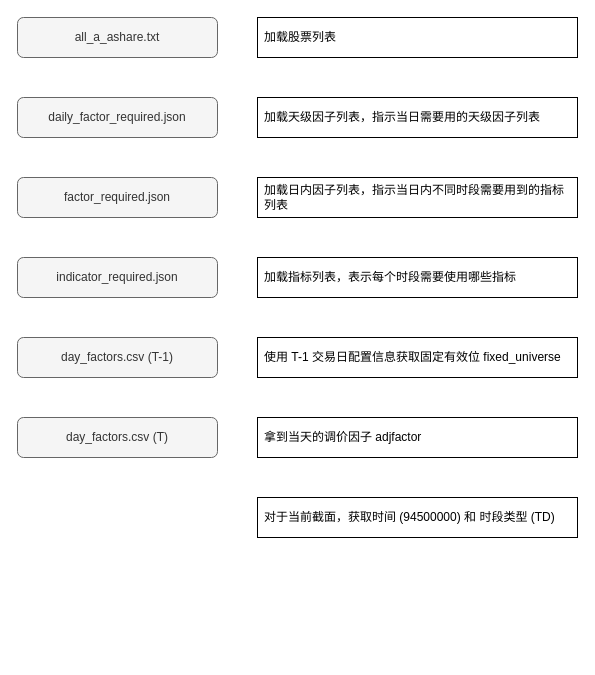
The draw.io diagram gaalaxy.drawio in zhaxd123/drawio, before the edit. Source tidied: cells renumbered, new cells numbered last; positions are measured from the earlier drawing's top-left corner, leaving out a move shared by most shapes. Both pictures are drawn from the tidied source at 100%, with x=0, y=0 at pixel (17, 17).
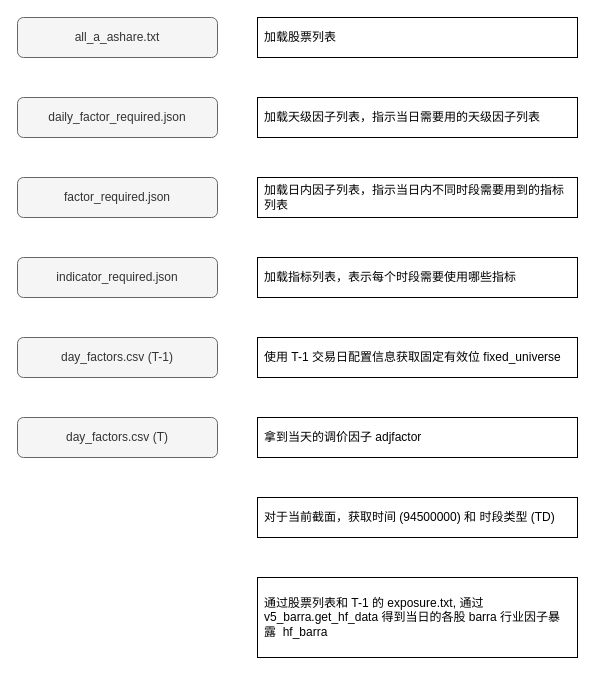
After the change.

What changed in the source:
```diff
@@
 <mxGraphModel>
   <root>
     <mxCell id="0" />
     <mxCell id="1" parent="0" />
     <mxCell id="2" value="加载股票列表" style="rounded=0;whiteSpace=wrap;html=1;align=left;spacingLeft=5;spacingRight=5;spacingTop=2;spacingBottom=2;" parent="1" vertex="1">
       <mxGeometry x="240" width="320" height="40" as="geometry" />
     </mxCell>
     <mxCell id="3" value="all_a_ashare.txt" style="rounded=1;whiteSpace=wrap;html=1;fillColor=#f5f5f5;strokeColor=#666666;fontColor=#333333;" parent="1" vertex="1">
       <mxGeometry width="200" height="40" as="geometry" />
     </mxCell>
     <mxCell id="4" value="加载天级因子列表，指示当日需要用的天级因子列表" style="rounded=0;whiteSpace=wrap;html=1;align=left;spacingLeft=5;spacingRight=5;spacingTop=2;spacingBottom=2;" parent="1" vertex="1">
       <mxGeometry x="240" y="80" width="320" height="40" as="geometry" />
     </mxCell>
     <mxCell id="5" value="daily_factor_required.json" style="rounded=1;whiteSpace=wrap;html=1;fillColor=#f5f5f5;strokeColor=#666666;fontColor=#333333;" parent="1" vertex="1">
       <mxGeometry y="80" width="200" height="40" as="geometry" />
     </mxCell>
     <mxCell id="6" value="加载日内因子列表，指示当日内不同时段需要用到的指标列表" style="rounded=0;whiteSpace=wrap;html=1;align=left;spacingLeft=5;spacingRight=5;spacingTop=2;spacingBottom=2;" parent="1" vertex="1">
       <mxGeometry x="240" y="160" width="320" height="40" as="geometry" />
     </mxCell>
     <mxCell id="7" value="factor_required.json" style="rounded=1;whiteSpace=wrap;html=1;fillColor=#f5f5f5;strokeColor=#666666;fontColor=#333333;" parent="1" vertex="1">
       <mxGeometry y="160" width="200" height="40" as="geometry" />
     </mxCell>
     <mxCell id="8" value="加载指标列表，表示每个时段需要使用哪些指标" style="rounded=0;whiteSpace=wrap;html=1;align=left;spacingLeft=5;spacingRight=5;spacingTop=2;spacingBottom=2;" parent="1" vertex="1">
       <mxGeometry x="240" y="240" width="320" height="40" as="geometry" />
     </mxCell>
     <mxCell id="9" value="indicator_required.json" style="rounded=1;whiteSpace=wrap;html=1;fillColor=#f5f5f5;strokeColor=#666666;fontColor=#333333;" parent="1" vertex="1">
       <mxGeometry y="240" width="200" height="40" as="geometry" />
     </mxCell>
     <mxCell id="10" value="使用 T-1 交易日配置信息获取固定有效位&amp;nbsp;fixed_universe" style="rounded=0;whiteSpace=wrap;html=1;align=left;spacingLeft=5;spacingRight=5;spacingTop=2;spacingBottom=2;" parent="1" vertex="1">
       <mxGeometry x="240" y="320" width="320" height="40" as="geometry" />
     </mxCell>
     <mxCell id="11" value="day_factors.csv (T-1)" style="rounded=1;whiteSpace=wrap;html=1;fillColor=#f5f5f5;strokeColor=#666666;fontColor=#333333;" parent="1" vertex="1">
       <mxGeometry y="320" width="200" height="40" as="geometry" />
     </mxCell>
     <mxCell id="12" value="拿到当天的调价因子&amp;nbsp;adjfactor" style="rounded=0;whiteSpace=wrap;html=1;align=left;spacingLeft=5;spacingRight=5;spacingTop=2;spacingBottom=2;" parent="1" vertex="1">
       <mxGeometry x="240" y="400" width="320" height="40" as="geometry" />
     </mxCell>
     <mxCell id="13" value="day_factors.csv (T)" style="rounded=1;whiteSpace=wrap;html=1;fillColor=#f5f5f5;strokeColor=#666666;fontColor=#333333;" parent="1" vertex="1">
       <mxGeometry y="400" width="200" height="40" as="geometry" />
     </mxCell>
     <mxCell id="14" value="对于当前截面，获取时间 (94500000)&amp;nbsp;和&amp;nbsp;时段类型 (TD)" style="rounded=0;whiteSpace=wrap;html=1;align=left;spacingLeft=5;spacingRight=5;spacingTop=2;spacingBottom=2;" parent="1" vertex="1">
       <mxGeometry x="240" y="480" width="320" height="40" as="geometry" />
     </mxCell>
+    <mxCell id="15" value="通过股票列表和 T-1&amp;nbsp;的 exposure.txt,&amp;nbsp;通过 v5_barra.get_hf_data 得到当日的各股 barra&amp;nbsp;行业因子暴露&amp;nbsp; hf_barra" style="rounded=0;whiteSpace=wrap;html=1;align=left;spacingLeft=5;spacingRight=5;spacingTop=2;spacingBottom=2;" parent="1" vertex="1">
+      <mxGeometry x="240" y="560" width="320" height="80" as="geometry" />
+    </mxCell>
   </root>
 </mxGraphModel>
```
